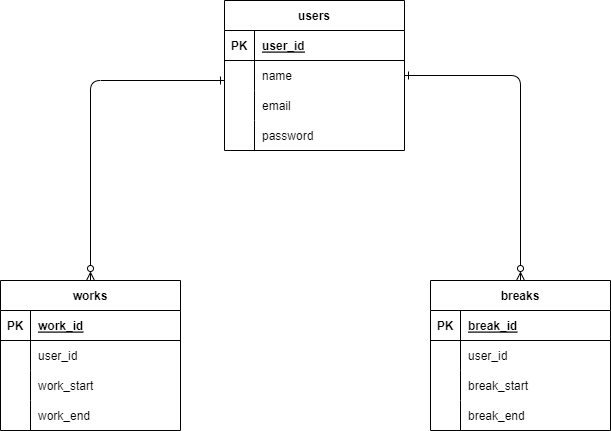
Before: timestamp.drawio.png, a diagram exported from draw.io (nakagawa1573/images). Source tidied: cells renumbered, new cells last; positions are measured from the earlier drawing's top-left corner, leaving out a move shared by most shapes. Source of this version:
```xml
<mxGraphModel>
  <root>
    <mxCell id="0" />
    <mxCell id="1" parent="0" />
    <mxCell id="2" value="users" style="shape=table;startSize=30;rowLines=0;fontStyle=1;align=center;" parent="1" vertex="1">
      <mxGeometry x="224" width="180" height="150" as="geometry" />
    </mxCell>
    <mxCell id="3" style="shape=tableRow;horizontal=0;startSize=0;swimlaneHead=0;swimlaneBody=0;fillColor=none;top=0;left=0;right=0;bottom=1;" parent="2" vertex="1">
      <mxGeometry y="30" width="180" height="30" as="geometry" />
    </mxCell>
    <mxCell id="4" value="PK" style="shape=partialRectangle;fillColor=none;top=0;left=0;bottom=0;right=0;fontStyle=1;overflow=hidden;" parent="3" vertex="1">
      <mxGeometry width="30" height="30" as="geometry" />
    </mxCell>
    <mxCell id="5" value="user_id" style="shape=partialRectangle;fillColor=none;top=0;left=0;bottom=0;right=0;align=left;spacingLeft=6;fontStyle=5;overflow=hidden;" parent="3" vertex="1">
      <mxGeometry x="30" width="150" height="30" as="geometry" />
    </mxCell>
    <mxCell id="6" style="shape=tableRow;horizontal=0;startSize=0;swimlaneHead=0;swimlaneBody=0;fillColor=none;points=[[0,0.5],[1,0.5]];portConstraint=eastwest;top=0;left=0;right=0;bottom=0;" parent="2" vertex="1">
      <mxGeometry y="60" width="180" height="30" as="geometry" />
    </mxCell>
    <mxCell id="7" style="shape=partialRectangle;fillColor=none;top=0;left=0;bottom=0;right=0;overflow=hidden;" parent="6" vertex="1">
      <mxGeometry width="30" height="30" as="geometry" />
    </mxCell>
    <mxCell id="8" value="name" style="shape=partialRectangle;fillColor=none;top=0;left=0;bottom=0;right=0;align=left;spacingLeft=6;overflow=hidden;" parent="6" vertex="1">
      <mxGeometry x="30" width="150" height="30" as="geometry" />
    </mxCell>
    <mxCell id="9" style="shape=tableRow;horizontal=0;startSize=0;swimlaneHead=0;swimlaneBody=0;fillColor=none;top=0;left=0;right=0;bottom=0;" parent="2" vertex="1">
      <mxGeometry y="90" width="180" height="30" as="geometry" />
    </mxCell>
    <mxCell id="10" style="shape=partialRectangle;fillColor=none;top=0;left=0;bottom=0;right=0;overflow=hidden;" parent="9" vertex="1">
      <mxGeometry width="30" height="30" as="geometry" />
    </mxCell>
    <mxCell id="11" value="email" style="shape=partialRectangle;fillColor=none;top=0;left=0;bottom=0;right=0;align=left;spacingLeft=6;overflow=hidden;" parent="9" vertex="1">
      <mxGeometry x="30" width="150" height="30" as="geometry" />
    </mxCell>
    <mxCell id="12" style="shape=tableRow;horizontal=0;startSize=0;swimlaneHead=0;swimlaneBody=0;fillColor=none;top=0;left=0;right=0;bottom=0;" parent="2" vertex="1">
      <mxGeometry y="120" width="180" height="30" as="geometry" />
    </mxCell>
    <mxCell id="13" style="shape=partialRectangle;fillColor=none;top=0;left=0;bottom=0;right=0;overflow=hidden;" parent="12" vertex="1">
      <mxGeometry width="30" height="30" as="geometry" />
    </mxCell>
    <mxCell id="14" value="password" style="shape=partialRectangle;fillColor=none;top=0;left=0;bottom=0;right=0;align=left;spacingLeft=6;overflow=hidden;" parent="12" vertex="1">
      <mxGeometry x="30" width="150" height="30" as="geometry" />
    </mxCell>
    <mxCell id="15" value="works" style="shape=table;startSize=30;rowLines=0;fontStyle=1;align=center;" parent="1" vertex="1">
      <mxGeometry y="280" width="180" height="150" as="geometry" />
    </mxCell>
    <mxCell id="16" style="shape=tableRow;horizontal=0;startSize=0;swimlaneHead=0;swimlaneBody=0;fillColor=none;top=0;left=0;right=0;bottom=1;" parent="15" vertex="1">
      <mxGeometry y="30" width="180" height="30" as="geometry" />
    </mxCell>
    <mxCell id="17" value="PK" style="shape=partialRectangle;fillColor=none;top=0;left=0;bottom=0;right=0;fontStyle=1;overflow=hidden;" parent="16" vertex="1">
      <mxGeometry width="30" height="30" as="geometry" />
    </mxCell>
    <mxCell id="18" value="work_id" style="shape=partialRectangle;fillColor=none;top=0;left=0;bottom=0;right=0;align=left;spacingLeft=6;fontStyle=5;overflow=hidden;" parent="16" vertex="1">
      <mxGeometry x="30" width="150" height="30" as="geometry" />
    </mxCell>
    <mxCell id="19" style="shape=tableRow;horizontal=0;startSize=0;swimlaneHead=0;swimlaneBody=0;fillColor=none;top=0;left=0;right=0;bottom=0;" parent="15" vertex="1">
      <mxGeometry y="60" width="180" height="30" as="geometry" />
    </mxCell>
    <mxCell id="20" style="shape=partialRectangle;fillColor=none;top=0;left=0;bottom=0;right=0;overflow=hidden;" parent="19" vertex="1">
      <mxGeometry width="30" height="30" as="geometry" />
    </mxCell>
    <mxCell id="21" value="user_id" style="shape=partialRectangle;fillColor=none;top=0;left=0;bottom=0;right=0;align=left;spacingLeft=6;overflow=hidden;" parent="19" vertex="1">
      <mxGeometry x="30" width="150" height="30" as="geometry" />
    </mxCell>
    <mxCell id="22" style="shape=tableRow;horizontal=0;startSize=0;swimlaneHead=0;swimlaneBody=0;fillColor=none;top=0;left=0;right=0;bottom=0;" parent="15" vertex="1">
      <mxGeometry y="90" width="180" height="30" as="geometry" />
    </mxCell>
    <mxCell id="23" style="shape=partialRectangle;fillColor=none;top=0;left=0;bottom=0;right=0;overflow=hidden;" parent="22" vertex="1">
      <mxGeometry width="30" height="30" as="geometry" />
    </mxCell>
    <mxCell id="24" value="work_start" style="shape=partialRectangle;fillColor=none;top=0;left=0;bottom=0;right=0;align=left;spacingLeft=6;overflow=hidden;" parent="22" vertex="1">
      <mxGeometry x="30" width="150" height="30" as="geometry" />
    </mxCell>
    <mxCell id="25" style="shape=tableRow;horizontal=0;startSize=0;swimlaneHead=0;swimlaneBody=0;fillColor=none;top=0;left=0;right=0;bottom=0;" parent="15" vertex="1">
      <mxGeometry y="120" width="180" height="30" as="geometry" />
    </mxCell>
    <mxCell id="26" style="shape=partialRectangle;fillColor=none;top=0;left=0;bottom=0;right=0;overflow=hidden;" parent="25" vertex="1">
      <mxGeometry width="30" height="30" as="geometry" />
    </mxCell>
    <mxCell id="27" value="work_end" style="shape=partialRectangle;fillColor=none;top=0;left=0;bottom=0;right=0;align=left;spacingLeft=6;overflow=hidden;" parent="25" vertex="1">
      <mxGeometry x="30" width="150" height="30" as="geometry" />
    </mxCell>
    <mxCell id="28" value="breaks" style="shape=table;startSize=30;rowLines=0;fontStyle=1;align=center;" parent="1" vertex="1">
      <mxGeometry x="430" y="280" width="180" height="150" as="geometry" />
    </mxCell>
    <mxCell id="29" style="shape=tableRow;horizontal=0;startSize=0;swimlaneHead=0;swimlaneBody=0;fillColor=none;top=0;left=0;right=0;bottom=1;" parent="28" vertex="1">
      <mxGeometry y="30" width="180" height="30" as="geometry" />
    </mxCell>
    <mxCell id="30" value="PK" style="shape=partialRectangle;fillColor=none;top=0;left=0;bottom=0;right=0;fontStyle=1;overflow=hidden;" parent="29" vertex="1">
      <mxGeometry width="30" height="30" as="geometry" />
    </mxCell>
    <mxCell id="31" value="break_id" style="shape=partialRectangle;fillColor=none;top=0;left=0;bottom=0;right=0;align=left;spacingLeft=6;fontStyle=5;overflow=hidden;" parent="29" vertex="1">
      <mxGeometry x="30" width="150" height="30" as="geometry" />
    </mxCell>
    <mxCell id="32" style="shape=tableRow;horizontal=0;startSize=0;swimlaneHead=0;swimlaneBody=0;fillColor=none;top=0;left=0;right=0;bottom=0;" parent="28" vertex="1">
      <mxGeometry y="60" width="180" height="30" as="geometry" />
    </mxCell>
    <mxCell id="33" style="shape=partialRectangle;fillColor=none;top=0;left=0;bottom=0;right=0;overflow=hidden;" parent="32" vertex="1">
      <mxGeometry width="30" height="30" as="geometry" />
    </mxCell>
    <mxCell id="34" value="user_id" style="shape=partialRectangle;fillColor=none;top=0;left=0;bottom=0;right=0;align=left;spacingLeft=6;overflow=hidden;" parent="32" vertex="1">
      <mxGeometry x="30" width="150" height="30" as="geometry" />
    </mxCell>
    <mxCell id="35" style="shape=tableRow;horizontal=0;startSize=0;swimlaneHead=0;swimlaneBody=0;fillColor=none;top=0;left=0;right=0;bottom=0;" parent="28" vertex="1">
      <mxGeometry y="90" width="180" height="30" as="geometry" />
    </mxCell>
    <mxCell id="36" style="shape=partialRectangle;fillColor=none;top=0;left=0;bottom=0;right=0;overflow=hidden;" parent="35" vertex="1">
      <mxGeometry width="30" height="30" as="geometry" />
    </mxCell>
    <mxCell id="37" value="break_start" style="shape=partialRectangle;fillColor=none;top=0;left=0;bottom=0;right=0;align=left;spacingLeft=6;overflow=hidden;" parent="35" vertex="1">
      <mxGeometry x="30" width="150" height="30" as="geometry" />
    </mxCell>
    <mxCell id="38" style="shape=tableRow;horizontal=0;startSize=0;swimlaneHead=0;swimlaneBody=0;fillColor=none;top=0;left=0;right=0;bottom=0;" parent="28" vertex="1">
      <mxGeometry y="120" width="180" height="30" as="geometry" />
    </mxCell>
    <mxCell id="39" style="shape=partialRectangle;fillColor=none;top=0;left=0;bottom=0;right=0;overflow=hidden;" parent="38" vertex="1">
      <mxGeometry width="30" height="30" as="geometry" />
    </mxCell>
    <mxCell id="40" value="break_end" style="shape=partialRectangle;fillColor=none;top=0;left=0;bottom=0;right=0;align=left;spacingLeft=6;overflow=hidden;" parent="38" vertex="1">
      <mxGeometry x="30" width="150" height="30" as="geometry" />
    </mxCell>
    <mxCell id="41" style="fontSize=12;html=1;endArrow=ERone;exitX=0.5;exitY=0;exitDx=0;exitDy=0;endFill=0;startArrow=ERzeroToMany;startFill=0;" parent="1" edge="1" source="15">
      <mxGeometry relative="1" as="geometry">
        <mxPoint x="224" y="80" as="targetPoint" />
        <Array as="points">
          <mxPoint x="90" y="80" />
        </Array>
      </mxGeometry>
    </mxCell>
    <mxCell id="42" style="fontSize=12;html=1;endArrow=ERone;endFill=0;exitX=0.5;exitY=0;exitDx=0;exitDy=0;entryX=1;entryY=0.5;entryDx=0;entryDy=0;startArrow=ERzeroToMany;startFill=0;" parent="1" edge="1" source="28" target="6">
      <mxGeometry relative="1" as="geometry">
        <Array as="points">
          <mxPoint x="520" y="75" />
        </Array>
      </mxGeometry>
    </mxCell>
  </root>
</mxGraphModel>
```
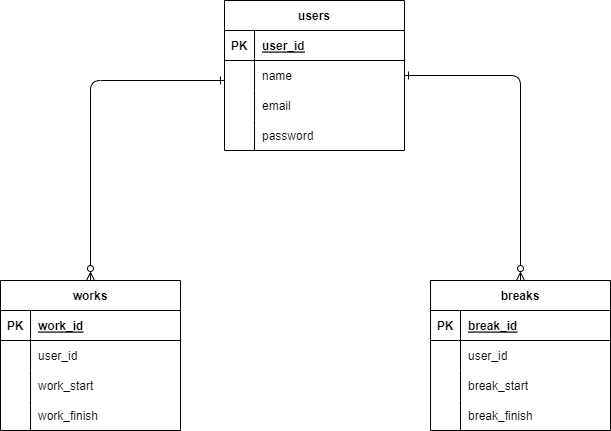
Above is the later version.

Change to the diagram source:
```diff
@@ -77,7 +77,7 @@
     <mxCell id="26" style="shape=partialRectangle;fillColor=none;top=0;left=0;bottom=0;right=0;overflow=hidden;" parent="25" vertex="1">
       <mxGeometry width="30" height="30" as="geometry" />
     </mxCell>
-    <mxCell id="27" value="work_end" style="shape=partialRectangle;fillColor=none;top=0;left=0;bottom=0;right=0;align=left;spacingLeft=6;overflow=hidden;" parent="25" vertex="1">
+    <mxCell id="27" value="work_finish" style="shape=partialRectangle;fillColor=none;top=0;left=0;bottom=0;right=0;align=left;spacingLeft=6;overflow=hidden;" parent="25" vertex="1">
       <mxGeometry x="30" width="150" height="30" as="geometry" />
     </mxCell>
     <mxCell id="28" value="breaks" style="shape=table;startSize=30;rowLines=0;fontStyle=1;align=center;" parent="1" vertex="1">
@@ -116,7 +116,7 @@
     <mxCell id="39" style="shape=partialRectangle;fillColor=none;top=0;left=0;bottom=0;right=0;overflow=hidden;" parent="38" vertex="1">
       <mxGeometry width="30" height="30" as="geometry" />
     </mxCell>
-    <mxCell id="40" value="break_end" style="shape=partialRectangle;fillColor=none;top=0;left=0;bottom=0;right=0;align=left;spacingLeft=6;overflow=hidden;" parent="38" vertex="1">
+    <mxCell id="40" value="break_finish" style="shape=partialRectangle;fillColor=none;top=0;left=0;bottom=0;right=0;align=left;spacingLeft=6;overflow=hidden;" parent="38" vertex="1">
       <mxGeometry x="30" width="150" height="30" as="geometry" />
     </mxCell>
     <mxCell id="41" style="fontSize=12;html=1;endArrow=ERone;exitX=0.5;exitY=0;exitDx=0;exitDy=0;endFill=0;startArrow=ERzeroToMany;startFill=0;" parent="1" edge="1" source="15">
```
